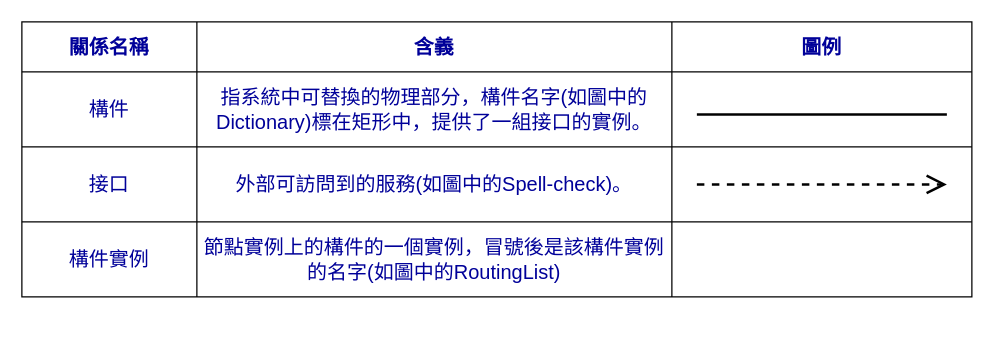
Before: 事務.drawio in Roseller37/UML-diagram, a draw.io diagram. Source tidied: cells renumbered, new cells numbered last; positions are measured from the earlier drawing's top-left corner, leaving out a move shared by most shapes. Both pictures are drawn from the tidied source at 125%, with x=0, y=0 at pixel (21, 21).
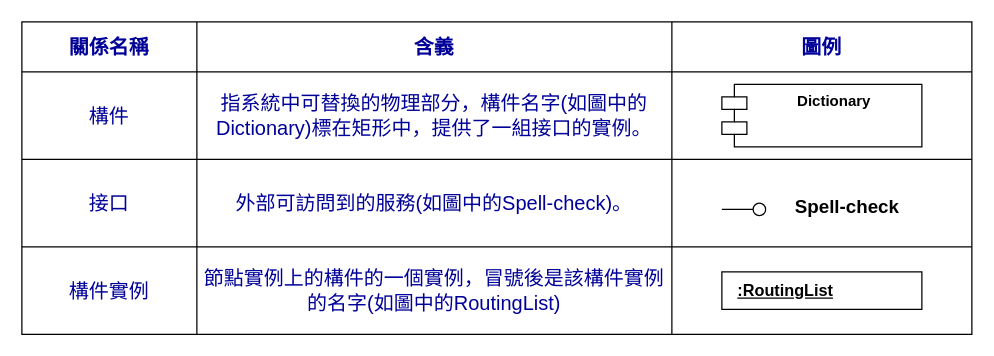
Above is the later version.

Diff of the diagram source:
```diff
@@
     <mxCell id="2" style="shape=table;startSize=0;childLayout=tableLayout;fontSize=16;" parent="1" vertex="1">
-      <mxGeometry width="760" height="220" as="geometry" />
+      <mxGeometry width="760" height="250" as="geometry" />
     </mxCell>
@@
     <mxCell id="7" style="shape=tableRow;horizontal=0;startSize=0;swimlaneHead=0;swimlaneBody=0;strokeColor=inherit;top=0;left=0;bottom=0;right=0;fillColor=none;fontSize=16;" parent="2" vertex="1">
-      <mxGeometry y="40" width="760" height="60" as="geometry" />
+      <mxGeometry y="40" width="760" height="70" as="geometry" />
     </mxCell>
     <mxCell id="8" value="&lt;font color=&quot;#000099&quot;&gt;構件&lt;/font&gt;" style="shape=partialRectangle;html=1;whiteSpace=wrap;strokeColor=inherit;overflow=hidden;fillColor=none;top=0;left=0;bottom=0;right=0;fontSize=16;" parent="7" vertex="1">
-      <mxGeometry width="140" height="60" as="geometry" />
+      <mxGeometry width="140" height="70" as="geometry" />
     </mxCell>
     <mxCell id="9" value="&lt;font color=&quot;#000099&quot;&gt;指系統中可替換的物理部分，構件名字(如圖中的Dictionary)標在矩形中，提供了一組接口的實例。&lt;/font&gt;" style="shape=partialRectangle;html=1;whiteSpace=wrap;strokeColor=inherit;overflow=hidden;fillColor=none;top=0;left=0;bottom=0;right=0;fontSize=16;" parent="7" vertex="1">
-      <mxGeometry x="140" width="380" height="60" as="geometry" />
+      <mxGeometry x="140" width="380" height="70" as="geometry" />
     </mxCell>
     <mxCell id="10" style="shape=partialRectangle;html=1;whiteSpace=wrap;strokeColor=inherit;overflow=hidden;fillColor=none;top=0;left=0;bottom=0;right=0;fontSize=16;" parent="7" vertex="1">
-      <mxGeometry x="520" width="240" height="60" as="geometry" />
+      <mxGeometry x="520" width="240" height="70" as="geometry" />
     </mxCell>
     <mxCell id="11" style="shape=tableRow;horizontal=0;startSize=0;swimlaneHead=0;swimlaneBody=0;strokeColor=inherit;top=0;left=0;bottom=0;right=0;fillColor=none;fontSize=16;" parent="2" vertex="1">
-      <mxGeometry y="100" width="760" height="60" as="geometry" />
+      <mxGeometry y="110" width="760" height="70" as="geometry" />
     </mxCell>
     <mxCell id="12" value="&lt;font color=&quot;#000099&quot;&gt;接口&lt;/font&gt;" style="shape=partialRectangle;html=1;whiteSpace=wrap;strokeColor=inherit;overflow=hidden;fillColor=none;top=0;left=0;bottom=0;right=0;fontSize=16;" parent="11" vertex="1">
-      <mxGeometry width="140" height="60" as="geometry" />
+      <mxGeometry width="140" height="70" as="geometry" />
     </mxCell>
     <mxCell id="13" value="&lt;font color=&quot;#000099&quot;&gt;外部可訪問到的服務(如圖中的Spell-check)。&lt;/font&gt;" style="shape=partialRectangle;html=1;whiteSpace=wrap;strokeColor=inherit;overflow=hidden;fillColor=none;top=0;left=0;bottom=0;right=0;fontSize=16;" parent="11" vertex="1">
-      <mxGeometry x="140" width="380" height="60" as="geometry" />
+      <mxGeometry x="140" width="380" height="70" as="geometry" />
     </mxCell>
     <mxCell id="14" style="shape=partialRectangle;html=1;whiteSpace=wrap;strokeColor=inherit;overflow=hidden;fillColor=none;top=0;left=0;bottom=0;right=0;fontSize=16;" parent="11" vertex="1">
-      <mxGeometry x="520" width="240" height="60" as="geometry" />
+      <mxGeometry x="520" width="240" height="70" as="geometry" />
     </mxCell>
     <mxCell id="15" style="shape=tableRow;horizontal=0;startSize=0;swimlaneHead=0;swimlaneBody=0;strokeColor=inherit;top=0;left=0;bottom=0;right=0;fillColor=none;fontSize=16;" parent="2" vertex="1">
-      <mxGeometry y="160" width="760" height="60" as="geometry" />
+      <mxGeometry y="180" width="760" height="70" as="geometry" />
     </mxCell>
     <mxCell id="16" value="&lt;font color=&quot;#000099&quot;&gt;構件實例&lt;/font&gt;" style="shape=partialRectangle;html=1;whiteSpace=wrap;strokeColor=inherit;overflow=hidden;fillColor=none;top=0;left=0;bottom=0;right=0;fontSize=16;" parent="15" vertex="1">
-      <mxGeometry width="140" height="60" as="geometry" />
+      <mxGeometry width="140" height="70" as="geometry" />
     </mxCell>
     <mxCell id="17" value="&lt;font color=&quot;#000099&quot;&gt;節點實例上的構件的一個實例，冒號後是該構件實例的名字(如圖中的RoutingList)&lt;/font&gt;" style="shape=partialRectangle;html=1;whiteSpace=wrap;strokeColor=inherit;overflow=hidden;fillColor=none;top=0;left=0;bottom=0;right=0;fontSize=16;" parent="15" vertex="1">
-      <mxGeometry x="140" width="380" height="60" as="geometry" />
+      <mxGeometry x="140" width="380" height="70" as="geometry" />
     </mxCell>
     <mxCell id="18" style="shape=partialRectangle;html=1;whiteSpace=wrap;strokeColor=inherit;overflow=hidden;fillColor=none;top=0;left=0;bottom=0;right=0;fontSize=16;" parent="15" vertex="1">
-      <mxGeometry x="520" width="240" height="60" as="geometry" />
+      <mxGeometry x="520" width="240" height="70" as="geometry" />
     </mxCell>
-    <mxCell id="19" style="line;strokeWidth=2;fillColor=none;align=left;verticalAlign=middle;spacingTop=-1;spacingLeft=3;spacingRight=3;labelPosition=right;strokeColor=inherit;" parent="1" vertex="1">
-      <mxGeometry x="540" y="70" width="200" height="8" as="geometry" />
-    </mxCell>
-    <mxCell id="20" style="endArrow=open;endFill=1;endSize=12;html=1;rounded=0;dashed=1;strokeWidth=2;" parent="1" edge="1">
-      <mxGeometry relative="1" as="geometry">
-        <mxPoint x="540" y="130" as="sourcePoint" />
-        <mxPoint x="740" y="130" as="targetPoint" />
-      </mxGeometry>
-    </mxCell>
+    <mxCell id="21" value="&lt;b&gt;Dictionary&lt;/b&gt;" style="shape=module;align=left;spacingLeft=20;align=center;verticalAlign=top;whiteSpace=wrap;html=1;" parent="1" vertex="1">
+      <mxGeometry x="560" y="50" width="160" height="50" as="geometry" />
+    </mxCell>
+    <mxCell id="22" style="ellipse;whiteSpace=wrap;html=1;align=center;fillColor=none;strokeColor=none;perimeter=centerPerimeter;" parent="1" vertex="1">
+      <mxGeometry x="570" y="150" width="10" height="10" as="geometry" />
+    </mxCell>
+    <mxCell id="23" style="rounded=0;orthogonalLoop=1;jettySize=auto;html=1;endArrow=oval;endFill=0;sketch=0;sourcePerimeterSpacing=0;targetPerimeterSpacing=0;endSize=10;" parent="1" edge="1">
+      <mxGeometry relative="1" as="geometry">
+        <mxPoint x="560" y="150" as="sourcePoint" />
+        <mxPoint x="590" y="150" as="targetPoint" />
+      </mxGeometry>
+    </mxCell>
+    <mxCell id="24" value="&lt;font style=&quot;font-size: 15px;&quot;&gt;Spell-check&lt;/font&gt;" style="text;align=center;fontStyle=1;verticalAlign=middle;spacingLeft=3;spacingRight=3;strokeColor=none;html=1;" parent="1" vertex="1">
+      <mxGeometry x="610" y="134" width="100" height="26" as="geometry" />
+    </mxCell>
+    <mxCell id="25" value="&lt;b style=&quot;font-size: 13px;&quot;&gt;&amp;nbsp; &amp;nbsp;&lt;u&gt;:RoutingList&lt;/u&gt;&lt;/b&gt;" style="html=1;whiteSpace=wrap;align=left;" parent="1" vertex="1">
+      <mxGeometry x="560" y="200" width="160" height="30" as="geometry" />
+    </mxCell>
```
